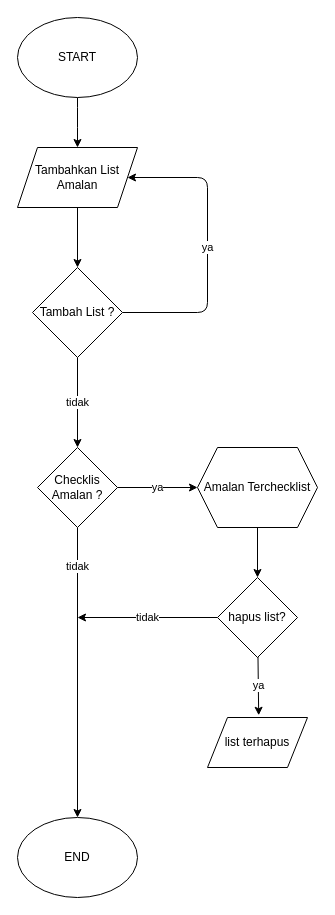
Earlier version of the draw.io diagram flowchart.drawio (izmiduwicahyangmail/Izmi_Amalist). Source tidied: cells renumbered, new cells numbered last; positions are measured from the earlier drawing's top-left corner, leaving out a move shared by most shapes. Both pictures are drawn from the tidied source at 100%, with x=0, y=0 at pixel (17, 17).
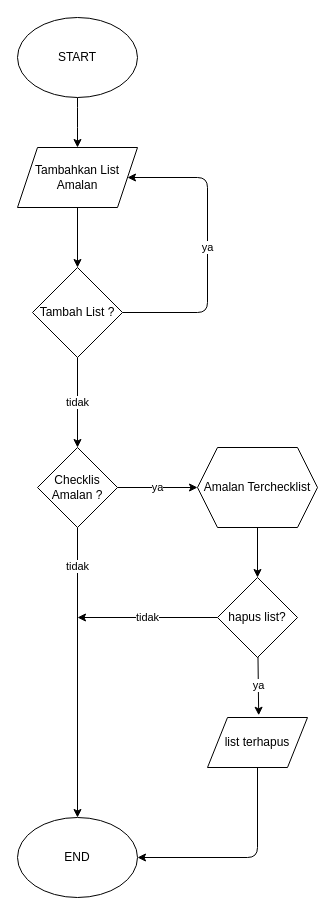
The same diagram, later.

Commit message:
flowchart selesai

Unchanged cells that the change refers to:
```xml
<mxCell id="10" value="END" style="ellipse;whiteSpace=wrap;html=1;" parent="1" vertex="1">
  <mxGeometry y="800" width="120" height="80" as="geometry" />
</mxCell>
<mxCell id="19" value="list terhapus" style="shape=parallelogram;perimeter=parallelogramPerimeter;whiteSpace=wrap;html=1;fixedSize=1;" parent="1" vertex="1">
  <mxGeometry x="190" y="700" width="100" height="50" as="geometry" />
</mxCell>
```

Diff of the diagram source:
```diff
@@
+    <mxCell id="20" style="edgeStyle=none;html=1;entryX=1;entryY=0.5;entryDx=0;entryDy=0;" parent="1" edge="1" source="19" target="10">
+      <mxGeometry relative="1" as="geometry">
+        <Array as="points">
+          <mxPoint x="240" y="840" />
+        </Array>
+      </mxGeometry>
+    </mxCell>
```
